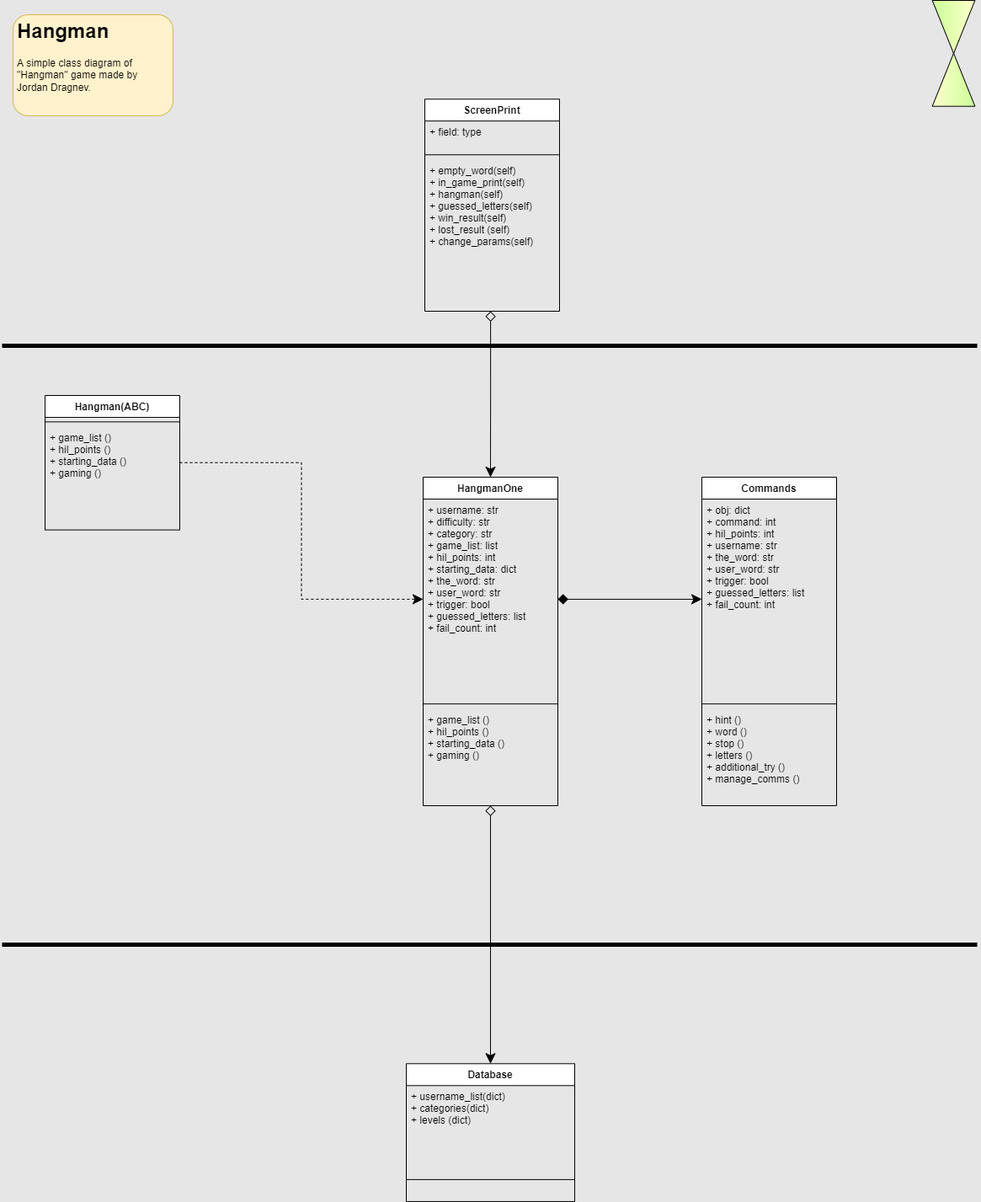
The draw.io diagram hangman/images/hangman_class_diagram.png in jordrag/Exercises, before a commit. Source tidied: cells renumbered, new cells last; positions are measured from the earlier drawing's top-left corner, leaving out a move shared by most shapes.
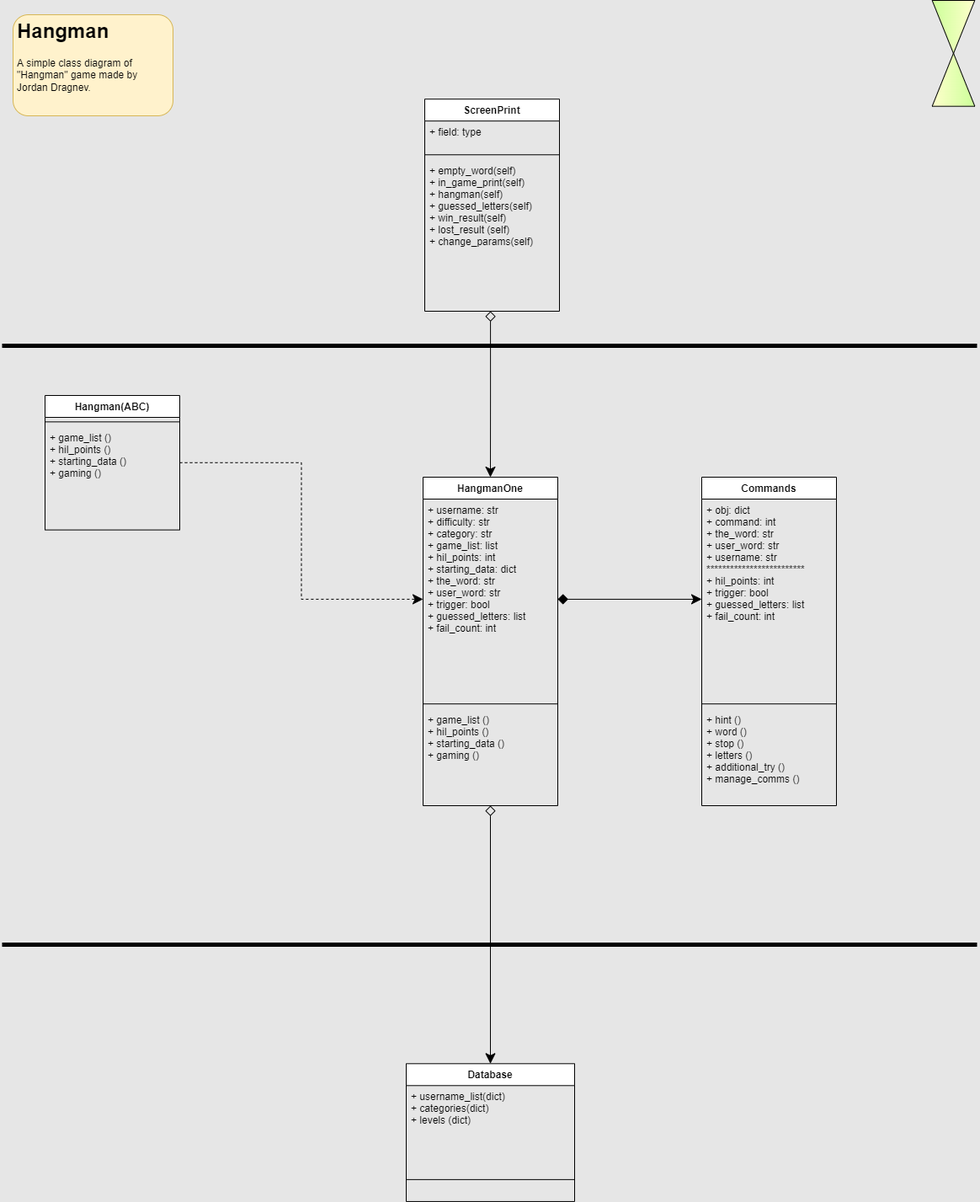
After the change.

Commit message:
Fully working with commands class and saving data to files.

Change to the diagram source:
```diff
@@ -65,7 +65,7 @@
     <mxCell id="22" value="Commands" style="swimlane;fontStyle=1;align=center;verticalAlign=top;horizontal=1;startSize=26;" parent="1" vertex="1">
       <mxGeometry x="831" y="563" width="160" height="390" as="geometry" />
     </mxCell>
-    <mxCell id="23" value="+ obj: dict&#10;+ command: int&#10;+ hil_points: int&#10;+ username: str &#10;+ the_word: str&#10;+ user_word: str&#10;+ trigger: bool&#10;+ guessed_letters: list&#10;+ fail_count: int" style="text;strokeColor=none;fillColor=none;align=left;verticalAlign=top;spacingLeft=4;spacingRight=4;overflow=hidden;points=[[0,0.5],[1,0.5]];portConstraint=eastwest;" parent="22" vertex="1">
+    <mxCell id="23" value="+ obj: dict&#10;+ command: int&#10;+ the_word: str&#10;+ user_word: str&#10;+ username: str&#10;************************* &#10;+ hil_points: int&#10;+ trigger: bool&#10;+ guessed_letters: list&#10;+ fail_count: int" style="text;strokeColor=none;fillColor=none;align=left;verticalAlign=top;spacingLeft=4;spacingRight=4;overflow=hidden;points=[[0,0.5],[1,0.5]];portConstraint=eastwest;fontColor=#000000;" parent="22" vertex="1">
       <mxGeometry y="26" width="160" height="237.8" as="geometry" />
     </mxCell>
     <mxCell id="24" style="line;strokeWidth=1;fillColor=none;align=left;verticalAlign=middle;spacingTop=-1;spacingLeft=3;spacingRight=3;labelPosition=right;strokeColor=inherit;" parent="22" vertex="1">
```
